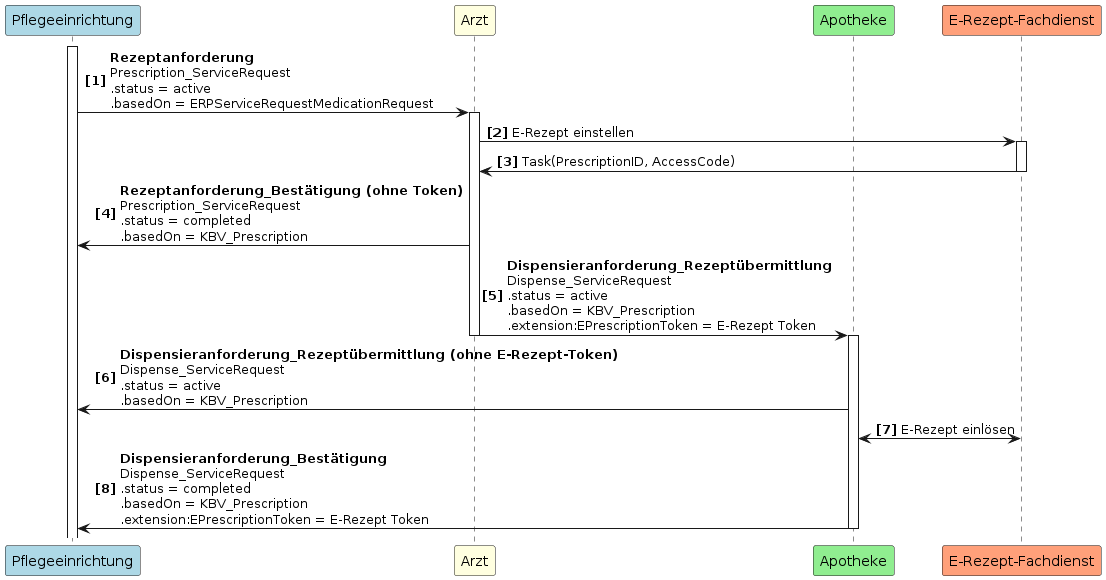
Earlier version of the PlantUML export guides/ig-rezeptanforderung/images/puml_images/UC2.png (gematik/spec-E-Rezept-ServiceRequest).
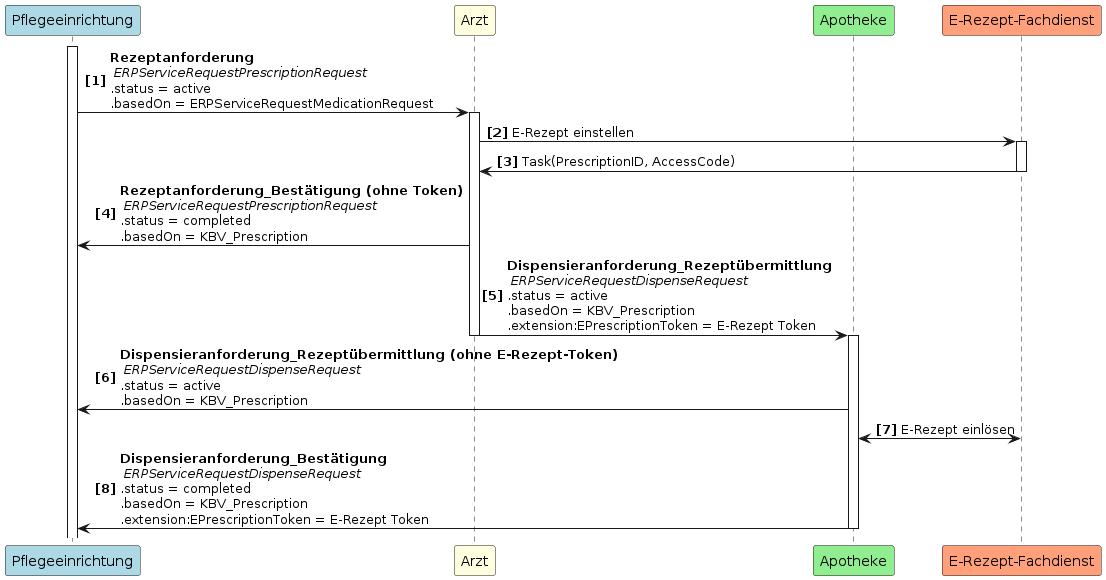
Above is the later version.

What changed in the source:
```diff
@@ -6,12 +6,12 @@
 participant "E-Rezept-Fachdienst" as FD #LightSalmon
 
 activate PE
-PE -> A++: <b>Rezeptanforderung\nPrescription_ServiceRequest \n.status = active \n.basedOn = ERPServiceRequestMedicationRequest
+PE -> A++: <b>Rezeptanforderung\n <i>ERPServiceRequestPrescriptionRequest  \n.status = active \n.basedOn = ERPServiceRequestMedicationRequest
 A -> FD++: E-Rezept einstellen
 FD -> A--: Task(PrescriptionID, AccessCode)
-A -> PE: <b>Rezeptanforderung_Bestätigung (ohne Token)\nPrescription_ServiceRequest \n.status = completed \n.basedOn = KBV_Prescription
-A -> AP--++: <b>Dispensieranforderung_Rezeptübermittlung\nDispense_ServiceRequest \n.status = active \n.basedOn = KBV_Prescription \n.extension:EPrescriptionToken = E-Rezept Token
-AP -> PE: <b>Dispensieranforderung_Rezeptübermittlung (ohne E-Rezept-Token)\nDispense_ServiceRequest \n.status = active \n.basedOn = KBV_Prescription
+A -> PE: <b>Rezeptanforderung_Bestätigung (ohne Token)\n <i>ERPServiceRequestPrescriptionRequest  \n.status = completed \n.basedOn = KBV_Prescription
+A -> AP--++: <b>Dispensieranforderung_Rezeptübermittlung\n <i>ERPServiceRequestDispenseRequest  \n.status = active \n.basedOn = KBV_Prescription \n.extension:EPrescriptionToken = E-Rezept Token
+AP -> PE: <b>Dispensieranforderung_Rezeptübermittlung (ohne E-Rezept-Token)\n <i>ERPServiceRequestDispenseRequest  \n.status = active \n.basedOn = KBV_Prescription
 AP <-> FD: E-Rezept einlösen
-AP -> PE--: <b>Dispensieranforderung_Bestätigung\nDispense_ServiceRequest \n.status = completed \n.basedOn = KBV_Prescription \n.extension:EPrescriptionToken = E-Rezept Token
+AP -> PE--: <b>Dispensieranforderung_Bestätigung\n <i>ERPServiceRequestDispenseRequest  \n.status = completed \n.basedOn = KBV_Prescription \n.extension:EPrescriptionToken = E-Rezept Token
 @enduml
```
